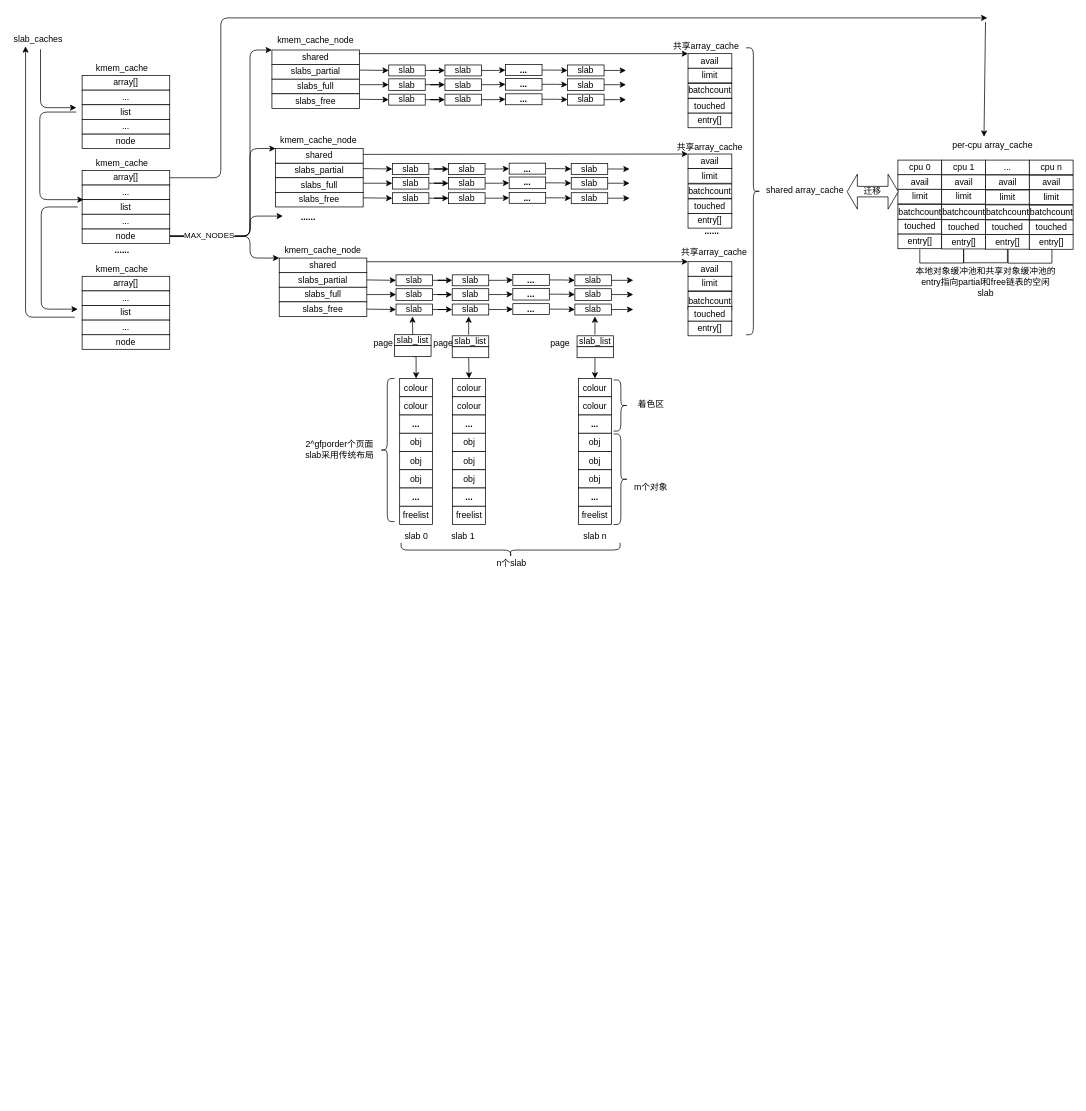
Before: mm.drawio in jasonactions/graph, a draw.io diagram. Source tidied: cells renumbered, new cells numbered last; positions are measured from the earlier drawing's top-left corner, leaving out a move shared by most shapes. Both pictures are drawn from the tidied source at 73%, with x=0, y=0 at pixel (12, 18).
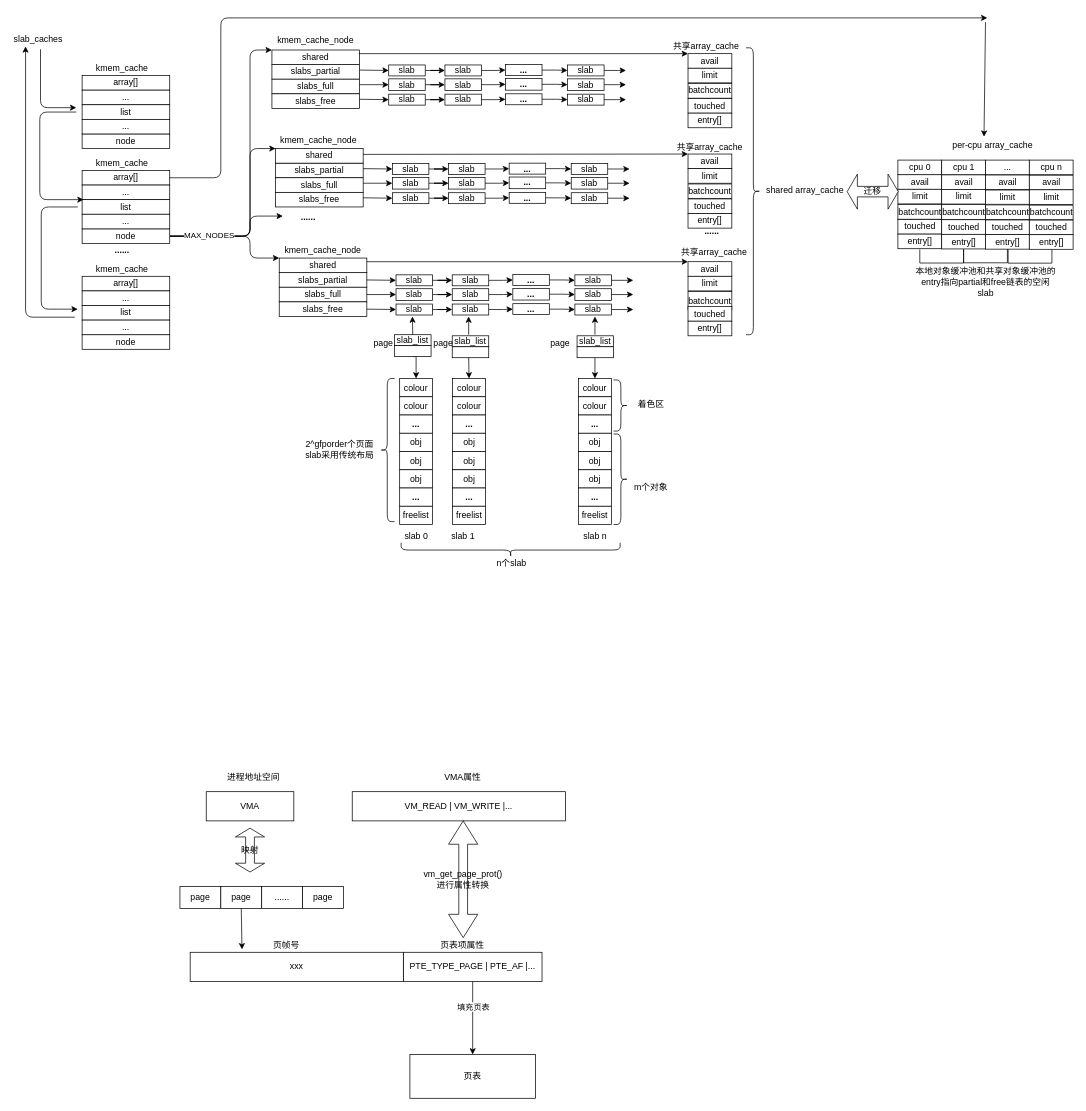
The same diagram, later.

The edit, as a diff of the source:
```diff
@@
+    <mxCell id="234" value="VMA" style="rounded=0;whiteSpace=wrap;html=1;" parent="1" vertex="1">
+      <mxGeometry x="265" y="1060" width="120" height="40" as="geometry" />
+    </mxCell>
+    <mxCell id="235" value="VM_READ | VM_WRITE |..." style="rounded=0;whiteSpace=wrap;html=1;" parent="1" vertex="1">
+      <mxGeometry x="465" y="1060" width="292" height="40" as="geometry" />
+    </mxCell>
+    <mxCell id="236" value="page" style="rounded=0;whiteSpace=wrap;html=1;" parent="1" vertex="1">
+      <mxGeometry x="229" y="1190" width="56" height="30" as="geometry" />
+    </mxCell>
+    <mxCell id="237" value="page" style="rounded=0;whiteSpace=wrap;html=1;" parent="1" vertex="1">
+      <mxGeometry x="285" y="1190" width="56" height="30" as="geometry" />
+    </mxCell>
+    <mxCell id="238" value="......" style="rounded=0;whiteSpace=wrap;html=1;" parent="1" vertex="1">
+      <mxGeometry x="341" y="1190" width="56" height="30" as="geometry" />
+    </mxCell>
+    <mxCell id="239" value="page" style="rounded=0;whiteSpace=wrap;html=1;" parent="1" vertex="1">
+      <mxGeometry x="397" y="1190" width="56" height="30" as="geometry" />
+    </mxCell>
+    <mxCell id="240" value="映射" style="shape=doubleArrow;direction=south;whiteSpace=wrap;html=1;" parent="1" vertex="1">
+      <mxGeometry x="305" y="1110" width="40" height="60" as="geometry" />
+    </mxCell>
+    <mxCell id="241" value="PTE_TYPE_PAGE | PTE_AF |..." style="rounded=0;whiteSpace=wrap;html=1;" parent="1" vertex="1">
+      <mxGeometry x="535" y="1280" width="190" height="40" as="geometry" />
+    </mxCell>
+    <mxCell id="242" value="xxx" style="rounded=0;whiteSpace=wrap;html=1;" parent="1" vertex="1">
+      <mxGeometry x="243" y="1280" width="292" height="40" as="geometry" />
+    </mxCell>
+    <mxCell id="243" style="endArrow=classic;html=1;exitX=0.5;exitY=1;exitDx=0;exitDy=0;" parent="1" edge="1" source="237">
+      <mxGeometry relative="1" as="geometry">
+        <mxPoint x="314" y="1276" as="targetPoint" />
+      </mxGeometry>
+    </mxCell>
+    <mxCell id="244" value="页帧号" style="text;html=1;strokeColor=none;fillColor=none;align=center;verticalAlign=middle;whiteSpace=wrap;rounded=0;" parent="1" vertex="1">
+      <mxGeometry x="355" y="1260" width="40" height="20" as="geometry" />
+    </mxCell>
+    <mxCell id="245" value="页表项属性" style="text;html=1;strokeColor=none;fillColor=none;align=center;verticalAlign=middle;whiteSpace=wrap;rounded=0;" parent="1" vertex="1">
+      <mxGeometry x="567" y="1260" width="98" height="20" as="geometry" />
+    </mxCell>
+    <mxCell id="246" value="页表" style="rounded=0;whiteSpace=wrap;html=1;" parent="1" vertex="1">
+      <mxGeometry x="544" y="1420" width="172" height="60" as="geometry" />
+    </mxCell>
+    <mxCell id="247" style="endArrow=classic;html=1;exitX=0.5;exitY=1;exitDx=0;exitDy=0;entryX=0.5;entryY=0;entryDx=0;entryDy=0;" parent="1" edge="1" source="241" target="246">
+      <mxGeometry relative="1" as="geometry" />
+    </mxCell>
+    <mxCell id="248" value="填充页表" style="edgeLabel;html=1;align=center;verticalAlign=middle;" parent="247" vertex="1">
+      <mxGeometry x="-0.32" relative="1" as="geometry" />
+    </mxCell>
+    <mxCell id="249" value="VMA属性" style="text;html=1;strokeColor=none;fillColor=none;align=center;verticalAlign=middle;whiteSpace=wrap;rounded=0;" parent="1" vertex="1">
+      <mxGeometry x="587.5" y="1030" width="57" height="20" as="geometry" />
+    </mxCell>
+    <mxCell id="250" value="进程地址空间" style="text;html=1;strokeColor=none;fillColor=none;align=center;verticalAlign=middle;whiteSpace=wrap;rounded=0;" parent="1" vertex="1">
+      <mxGeometry x="285" y="1030" width="90" height="20" as="geometry" />
+    </mxCell>
+    <mxCell id="251" value="vm_get_page_prot()&lt;br&gt;进行属性转换" style="shape=doubleArrow;direction=south;whiteSpace=wrap;html=1;" parent="1" vertex="1">
+      <mxGeometry x="597" y="1100" width="40" height="160" as="geometry" />
+    </mxCell>
```
